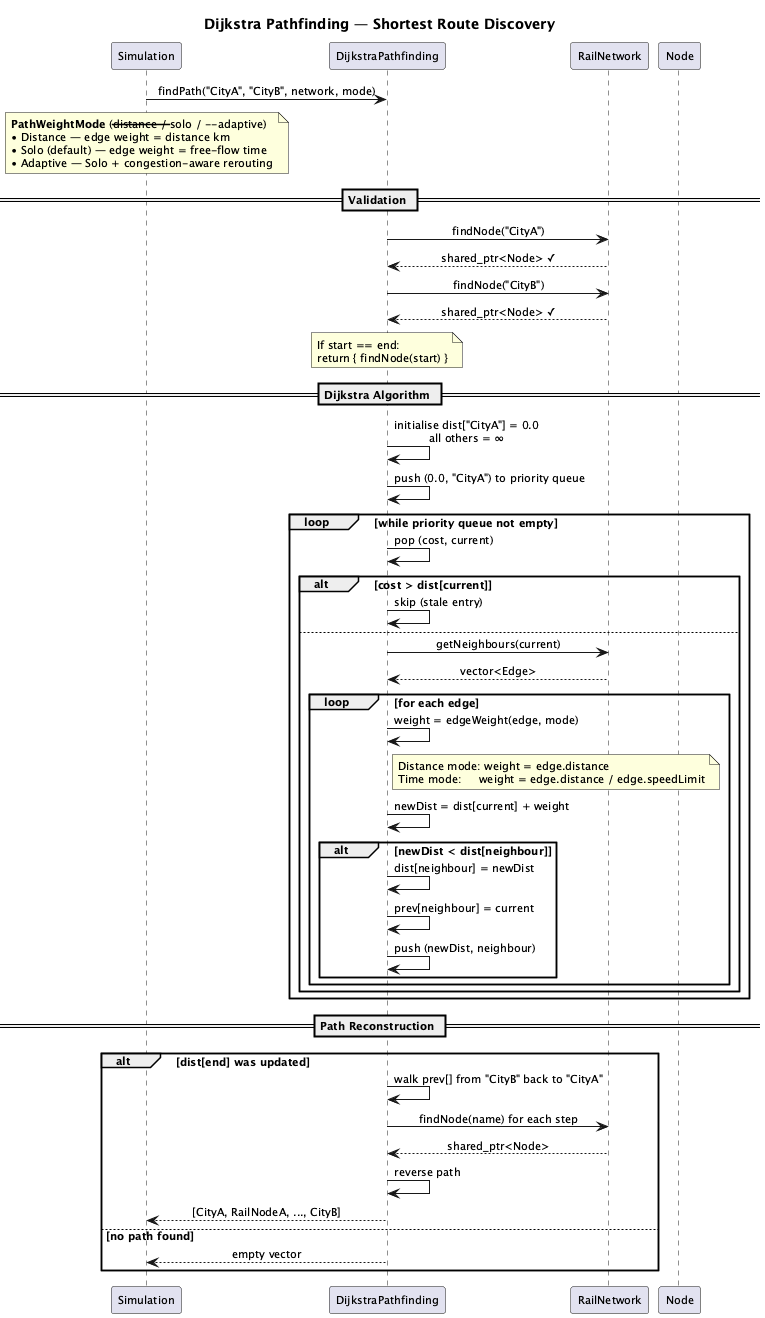
Above: docs/diagrams/sequence_pathfinding.png in abaiao-r/Module_05_Train_yourself (PlantUML), before the change.
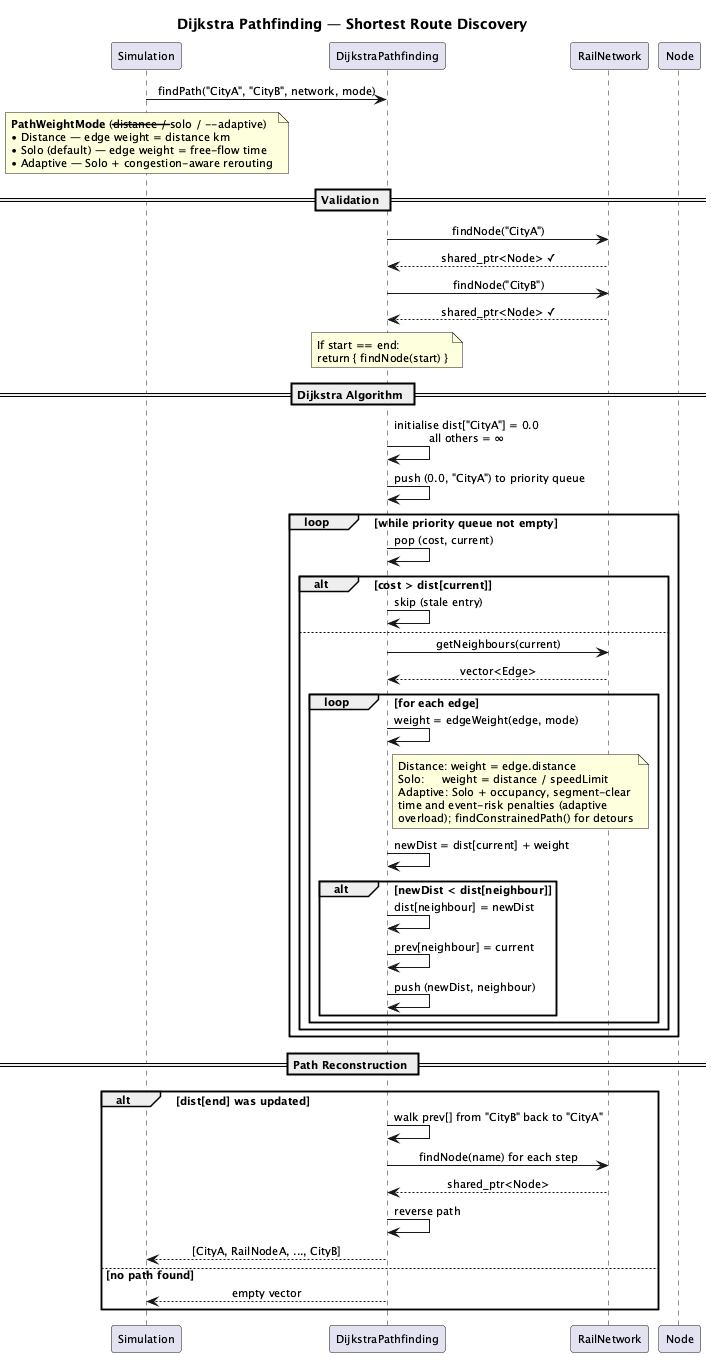
Above is the later version.

The edit, as a diff of the source:
```diff
@@ -45,8 +45,11 @@
         loop for each edge
             Dijk -> Dijk : weight = edgeWeight(edge, mode)
             note right of Dijk
-                Distance mode: weight = edge.distance
-                Time mode:     weight = edge.distance / edge.speedLimit
+                Distance: weight = edge.distance
+                Solo:     weight = distance / speedLimit
+                Adaptive: Solo + occupancy, segment-clear
+                time and event-risk penalties (adaptive
+                overload); findConstrainedPath() for detours
             end note
             Dijk -> Dijk : newDist = dist[current] + weight
             alt newDist < dist[neighbour]
```
